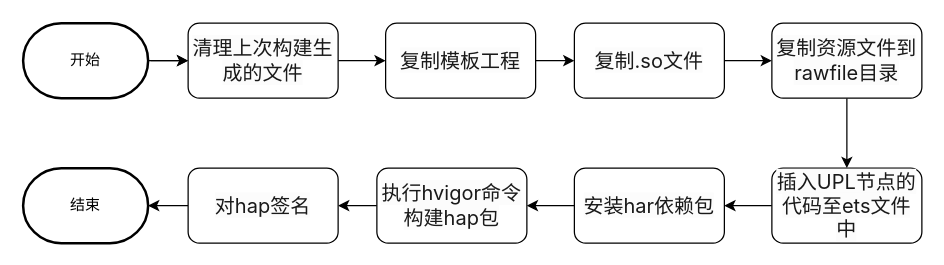
xiqiniu/xiqiniu.github.io keeps this draw.io diagram as page "Page-1" (1 of 2) of makehap流程.drawio. Above is the earlier version. Source tidied: cells renumbered, new cells numbered last; positions are measured from the earlier drawing's top-left corner, leaving out a move shared by most shapes. Both pictures are drawn from the tidied source at 125%, with x=0, y=0 at pixel (22, 22).
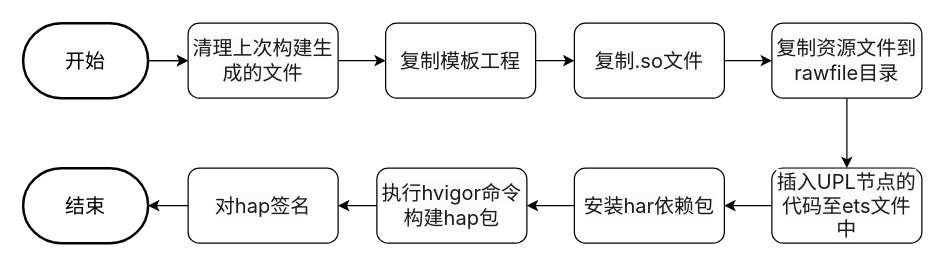
The same diagram, later.

Change to the diagram source:
```diff
@@
-    <mxCell id="20" value="开始" style="strokeWidth=2;html=1;shape=mxgraph.flowchart.terminator;whiteSpace=wrap;" parent="1" vertex="1">
+    <mxCell id="20" value="&lt;font&gt;开始&lt;/font&gt;" style="strokeWidth=2;html=1;shape=mxgraph.flowchart.terminator;whiteSpace=wrap;fontSize=16;" parent="1" vertex="1">
       <mxGeometry width="100" height="60" as="geometry" />
     </mxCell>
-    <mxCell id="21" value="结束" style="strokeWidth=2;html=1;shape=mxgraph.flowchart.terminator;whiteSpace=wrap;" parent="1" vertex="1">
+    <mxCell id="21" value="结束" style="strokeWidth=2;html=1;shape=mxgraph.flowchart.terminator;whiteSpace=wrap;fontSize=16;" parent="1" vertex="1">
       <mxGeometry y="116" width="100" height="60" as="geometry" />
     </mxCell>
```
